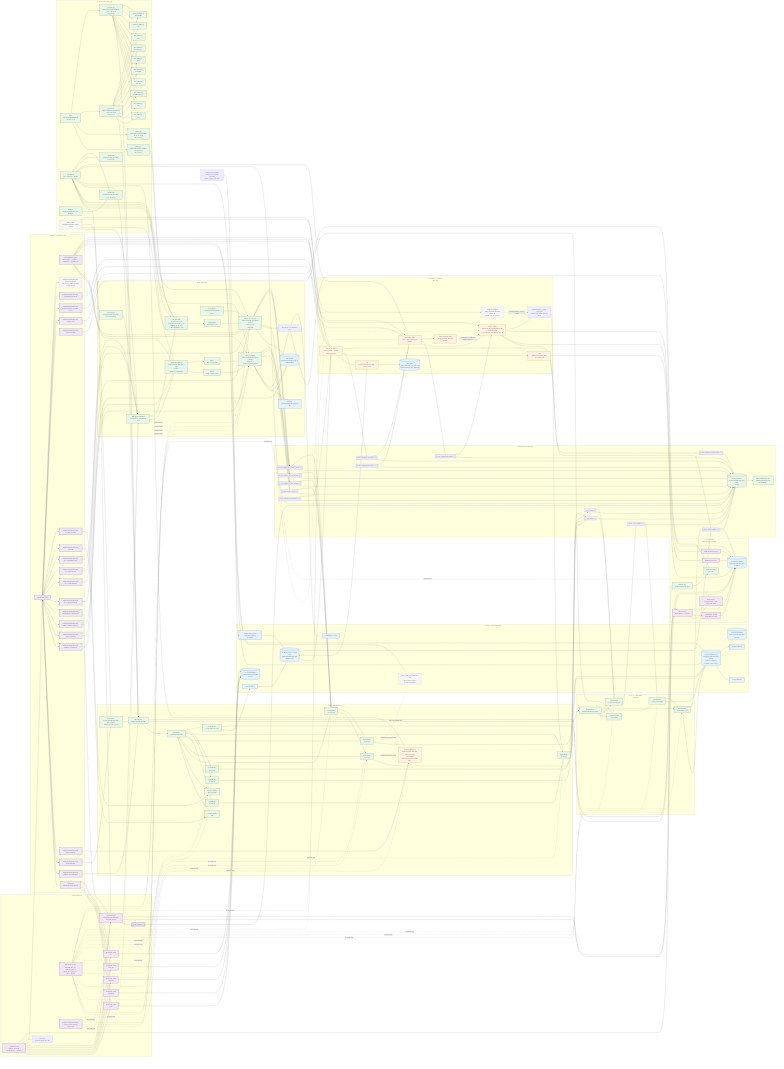
The Mermaid diagram docs/design/platform/dev_full/graph/dev_full_platform_network_current_v0.mermaid.png in EsosaOrumwese/fraud-detection-system, before a commit. Its source is kept beside it as docs/design/platform/dev_full/graph/dev_full_platform_network_current_v0.mermaid.mmd.
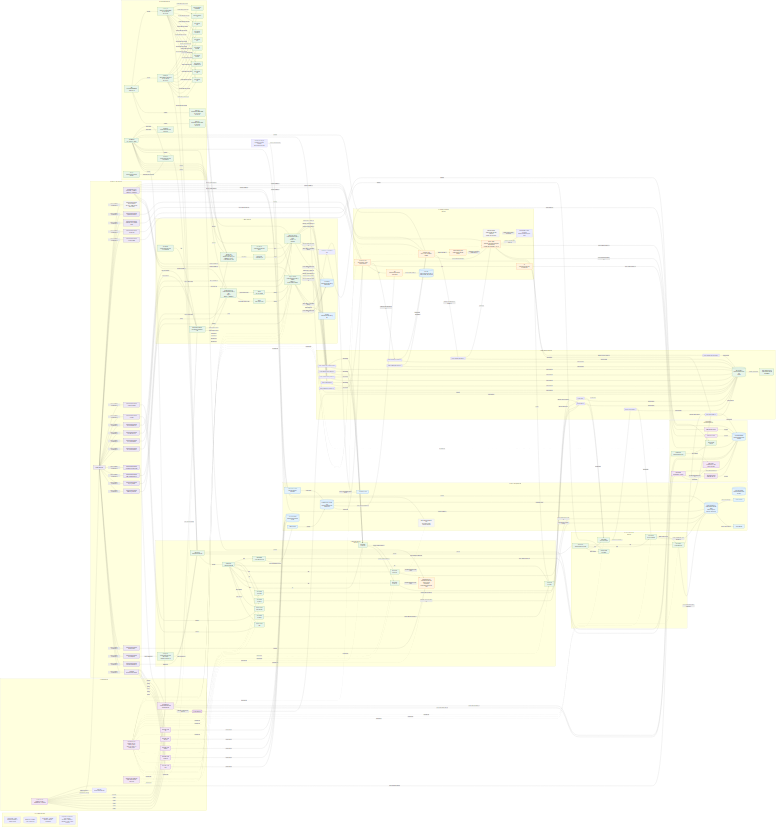
After the change.

What changed in the source:
```diff
@@ -6,6 +6,13 @@
 flowchart LR
 
   EXT["External Data Engine<br>black-box upstream producer<br>feeds oracle-store only"]
+
+  subgraph LEGEND["How to Read This Graph"]
+    LG1["Square node = active platform component / control surface"]
+    LG2[("Round store = durable state / truth store")]
+    LG3["Dashed edge = retained, pinned, or indirect relationship"]
+    LG4["Edge labels describe the exact contract:<br>dispatches / publishes / consumes / writes / reads / resolves"]
+  end
 
   subgraph CONTROL["1. Control Network"]
     GHA["GitHub Actions<br>workflow dispatch / bounded runs / teardown"]
@@ -160,25 +167,24 @@
     DASHOPS["Dashboard<br>fraud-platform-dev-full-operations"]
     DASHCOST["Dashboard<br>fraud-platform-dev-full-cost-guardrail"]
     BUDGET["Budget<br>fraud-platform-dev-full-monthly"]
-    IDLE["Idle posture<br>workload compute scaled to zero"]
   end
 
-  EXT --> ORACLE
+  EXT -->|writes upstream artifacts| ORACLE
 
-  GHA --> TFCORE
-  GHA --> TFSTREAM
-  GHA --> TFRUNTIME
-  GHA --> TFDML
-  GHA --> TFOPS
-  GHA --> SFN
-  GHA --> OIDC
-  GHA --> ECR
-  GHA --> RUNCTL
-  TFCORE --> TFSTATE
-  TFSTREAM --> TFSTATE
-  TFRUNTIME --> TFSTATE
-  TFDML --> TFSTATE
-  TFOPS --> TFSTATE
+  GHA -->|applies| TFCORE
+  GHA -->|applies| TFSTREAM
+  GHA -->|applies| TFRUNTIME
+  GHA -->|applies| TFDML
+  GHA -->|applies| TFOPS
+  GHA -->|dispatches| SFN
+  GHA -->|authenticates through| OIDC
+  GHA -->|publishes images to| ECR
+  GHA -->|writes execution receipts| RUNCTL
+  TFCORE -->|stores state in| TFSTATE
+  TFSTREAM -->|stores state in| TFSTATE
+  TFRUNTIME -->|stores state in| TFSTATE
+  TFDML -->|stores state in| TFSTATE
+  TFOPS -->|stores state in| TFSTATE
   RUNID -. required pins .-> SFN
   RUNID -. required pins .-> WSP
   RUNID -. required pins .-> IGLAMBDA
@@ -201,233 +207,228 @@
   RUNTIMEPATH -. selection rule .-> IGLAMBDA
   RUNTIMEPATH -. selection rule .-> IGSVC
   RUNTIMEPATH -. selection rule .-> MSF
-  SFN --> CTRLBUS
-  SFN --> RUNCTL
-  SFN --> EVID
-  CTRLBUS --> MSK
-  SFN --> WSP
+  SFN -->|publishes orchestration signals to| CTRLBUS
+  SFN -->|writes run-control facts to| RUNCTL
+  SFN -->|stores control receipts in| EVID
+  CTRLBUS -->|transported by| MSK
+  SFN -->|starts replay producer| WSP
 
-  WSPCLUSTER --> WSP
-  WSP --> HTTPAPI
-  WSP --> ALB
-  HTTPAPI --> APIR1
-  HTTPAPI --> APIR2
-  APIR1 --> IGLAMBDA
-  APIR2 --> IGLAMBDA
-  ALB --> TG
-  IGSVC_CLUSTER --> IGSVC
-  TG --> IGSVC
-  IGLAMBDA --> IGDDB
-  IGLAMBDA --> IGDLQ
-  IGLAMBDA --> IGRECEIPTS
-  IGLAMBDA --> TTRAFFIC
-  IGLAMBDA --> TCTXE
-  IGLAMBDA --> TCTXT
-  IGLAMBDA --> TFLOW
-  IGSVC --> IGDDB
-  IGSVC --> IGRECEIPTS
-  IGSVC --> TTRAFFIC
-  IGSVC --> TCTXE
-  IGSVC --> TCTXT
-  IGSVC --> TFLOW
-  IGRECEIPTS --> EVID
-  IGRECEIPTS --> QUARPATH
+  WSPCLUSTER -->|runs| WSP
+  WSP -->|pushes ingress load to| HTTPAPI
+  WSP -->|pushes ingress load to| ALB
+  HTTPAPI -->|routes POST ingest traffic| APIR1
+  HTTPAPI -->|routes health checks| APIR2
+  APIR1 -->|invokes| IGLAMBDA
+  APIR2 -->|invokes| IGLAMBDA
+  ALB -->|forwards to| TG
+  IGSVC_CLUSTER -->|hosts| IGSVC
+  TG -->|targets| IGSVC
+  IGLAMBDA -->|writes idempotency state to| IGDDB
+  IGLAMBDA -->|sends failures to| IGDLQ
+  IGLAMBDA -->|emits admit / quarantine receipts| IGRECEIPTS
+  IGLAMBDA -->|publishes admitted traffic to| TTRAFFIC
+  IGLAMBDA -->|publishes arrival events to| TCTXE
+  IGLAMBDA -->|publishes arrival entities to| TCTXT
+  IGLAMBDA -->|publishes flow anchors to| TFLOW
+  IGSVC -->|writes idempotency state to| IGDDB
+  IGSVC -->|emits admit / quarantine receipts| IGRECEIPTS
+  IGSVC -->|publishes admitted traffic to| TTRAFFIC
+  IGSVC -->|publishes arrival events to| TCTXE
+  IGSVC -->|publishes arrival entities to| TCTXT
+  IGSVC -->|publishes flow anchors to| TFLOW
+  IGRECEIPTS -->|stores receipts in| EVID
+  IGRECEIPTS -->|stores quarantined payload refs in| QUARPATH
 
-  MSK --> GLUEREG
-  TTRAFFIC --> MSK
-  TCTXE --> MSK
-  TCTXT --> MSK
-  TFLOW --> MSK
-  TRTDL --> MSK
-  TAUDIT --> MSK
-  TCASE --> MSK
-  TLABELS --> MSK
-  TOFSREQ --> MSK
-  TOFSEVT --> MSK
-  TMFREQ --> MSK
-  TMFEVT --> MSK
-  TREG --> MSK
+  MSK -->|schemas governed by| GLUEREG
+  TTRAFFIC -->|transported by| MSK
+  TCTXE -->|transported by| MSK
+  TCTXT -->|transported by| MSK
+  TFLOW -->|transported by| MSK
+  TRTDL -->|transported by| MSK
+  TAUDIT -->|transported by| MSK
+  TCASE -->|transported by| MSK
+  TLABELS -->|transported by| MSK
+  TOFSREQ -->|transported by| MSK
+  TOFSEVT -->|transported by| MSK
+  TMFREQ -->|transported by| MSK
+  TMFEVT -->|transported by| MSK
+  TREG -->|transported by| MSK
 
-  VPC --> PUB1
-  VPC --> PUB2
-  VPC --> PRIV1
-  VPC --> PRIV2
-  PRIV1 --> EKS
-  PRIV2 --> EKS
-  NG --> EKS
-  EKS --> NSRTDL
-  NSRTDL --> SARTDL
-  NSRTDL --> SADEC
-  NSRTDL --> CSFB
-  NSRTDL --> IEG
-  NSRTDL --> OFP
-  NSRTDL --> DL
-  NSRTDL --> DF
-  NSRTDL --> AL
-  NSRTDL --> DLA
-  NSRTDL --> ARCHIVE
-  TTRAFFIC --> CSFB
-  TCTXE --> CSFB
-  TCTXT --> CSFB
-  TFLOW --> CSFB
-  CSFB --> IEG
-  CSFB --> OFP
-  IEG --> AURORA
-  OFP --> AURORA
-  OFP -. endpoint handle only .-> REDISH
-  DL --> DF
-  DF --> TRTDL
-  DF --> TAUDIT
-  AL --> TAUDIT
-  DLA --> TAUDIT
-  ARCHIVE --> ARCHIVEPATH
-  ARCHIVEPATH --> OBJ
-  ARCHIVE --> EVID
-  IEG -. retained managed parity .-> MSF
-  OFP -. retained managed parity .-> MSF
+  VPC -->|contains| PUB1
+  VPC -->|contains| PUB2
+  VPC -->|contains| PRIV1
+  VPC -->|contains| PRIV2
+  PRIV1 -->|hosts worker plane| EKS
+  PRIV2 -->|hosts worker plane| EKS
+  NG -->|scales compute for| EKS
+  EKS -->|contains| NSRTDL
+  NSRTDL -->|binds identity| SARTDL
+  NSRTDL -->|binds identity| SADEC
+  NSRTDL -->|runs| CSFB
+  NSRTDL -->|runs| IEG
+  NSRTDL -->|runs| OFP
+  NSRTDL -->|runs| DL
+  NSRTDL -->|runs| DF
+  NSRTDL -->|runs| AL
+  NSRTDL -->|runs| DLA
+  NSRTDL -->|runs| ARCHIVE
+  TTRAFFIC -->|consumed by| CSFB
+  TCTXE -->|consumed by| CSFB
+  TCTXT -->|consumed by| CSFB
+  TFLOW -->|consumed by| CSFB
+  CSFB -->|projects joined context to| IEG
+  CSFB -->|projects joined context to| OFP
+  IEG -->|writes feature / entity state to| AURORA
+  OFP -->|writes online feature state to| AURORA
+  OFP -. reads endpoint handle from .-> REDISH
+  DL -->|hands adjudication input to| DF
+  DF -->|publishes decisions to| TRTDL
+  DF -->|publishes decision audit to| TAUDIT
+  AL -->|publishes action outcomes to| TAUDIT
+  DLA -->|publishes lineage audit to| TAUDIT
+  ARCHIVE -->|writes immutable history to| ARCHIVEPATH
+  ARCHIVEPATH -->|stored in| OBJ
+  ARCHIVE -->|stores archive receipts in| EVID
+  IEG -. retained managed stream parity .-> MSF
+  OFP -. retained managed stream parity .-> MSF
 
-  EKS --> NSCL
-  NSCL --> SACL
-  NSCL --> CASETRIG
-  NSCL --> CM
-  NSCL --> LS
-  TRTDL --> CASETRIG
-  TAUDIT --> CASETRIG
-  CASETRIG --> TCASE
-  TCASE --> CM
-  CM --> AURORA
-  CM --> LS
-  LS --> AURORA
-  LS --> TLABELS
-  TLABELS --> EVID
-  TLABELS --> OBJ
+  EKS -->|contains| NSCL
+  NSCL -->|binds identity| SACL
+  NSCL -->|runs| CASETRIG
+  NSCL -->|runs| CM
+  NSCL -->|runs| LS
+  TRTDL -->|consumed by| CASETRIG
+  TAUDIT -->|consumed by| CASETRIG
+  CASETRIG -->|publishes case intents to| TCASE
+  TCASE -->|consumed by| CM
+  CM -->|writes append-only case timeline to| AURORA
+  CM -->|submits label work to| LS
+  LS -->|writes append-only label timeline to| AURORA
+  LS -->|publishes label events to| TLABELS
+  TLABELS -->|evidenced in| EVID
+  TLABELS -->|archived by ref in| OBJ
 
-  ORACLE --> OBJ
-  OBJ --> DBX
-  TLABELS --> DBX
-  TOFSREQ --> DBX
-  DBX --> DBXBUILD
-  DBX --> DBXQUAL
-  DBXBUILD --> GLUEDB
-  DBXBUILD --> OBJ
-  DBXQUAL --> EVID
-  DBX --> TOFSEVT
-  TOFSEVT --> SM
-  TMFREQ --> SM
-  SM --> MLFLOW
-  SM --> TMFEVT
-  SM --> SMPKG
+  ORACLE -->|stored inside| OBJ
+  OBJ -->|replayed by| DBX
+  TLABELS -->|consumed by| DBX
+  TOFSREQ -->|consumed by| DBX
+  DBX -->|runs| DBXBUILD
+  DBX -->|runs| DBXQUAL
+  DBXBUILD -->|writes dataset tables to| GLUEDB
+  DBXBUILD -->|writes dataset manifests to| OBJ
+  DBXQUAL -->|stores quality receipts in| EVID
+  DBX -->|publishes OFS completion to| TOFSEVT
+  TOFSEVT -->|consumed by| SM
+  TMFREQ -->|consumed by| SM
+  SM -->|writes train/eval lineage to| MLFLOW
+  SM -->|publishes model-factory events to| TMFEVT
+  SM -->|publishes bundles to| SMPKG
   SMPKG -. candidate / promoted bundle lineage .-> MLFLOW
-  SMENDPT -. pinned runtime serving handle .-> REGACTIVE
-  TMFEVT --> MLFLOW
-  MLFLOW --> TREG
-  MLFLOW --> PROMO
-  MLFLOW --> ROLLBACK
-  MLFLOW --> REGACTIVE
-  REGACTIVE --> DF
+  SMENDPT -. pinned serving handle resolved by .-> REGACTIVE
+  TMFEVT -->|captured by| MLFLOW
+  MLFLOW -->|publishes registry events to| TREG
+  MLFLOW -->|writes promotion receipts to| PROMO
+  MLFLOW -->|writes rollback receipts to| ROLLBACK
+  MLFLOW -->|resolves active bundle truth in| REGACTIVE
+  REGACTIVE -->|read by| DF
 
-  EKS --> NSOBS
-  NSOBS --> SAOBS
-  RUNCTL --> REPORTS
-  RUNCTL --> GOVAPPEND
-  RUNCTL --> EVID
-  PROMO --> EVID
-  ROLLBACK --> EVID
-  GOVAPPEND --> EVID
+  EKS -->|contains| NSOBS
+  NSOBS -->|binds identity| SAOBS
+  RUNCTL -->|materializes| REPORTS
+  RUNCTL -->|appends immutable facts to| GOVAPPEND
+  RUNCTL -->|stores control receipts in| EVID
+  PROMO -->|stored in| EVID
+  ROLLBACK -->|stored in| EVID
+  GOVAPPEND -->|stored in| EVID
 
-  OIDC --> ROLETF
-  OIDC --> ROLEBASE
-  OIDC --> ROLENODE
-  OIDC --> ROLEFLINK
-  OIDC --> ROLELAMBDA
-  OIDC --> ROLEAPIGW
-  OIDC --> ROLEDDB
-  OIDC --> ROLESFN
-  OIDC --> ROLEECSEXEC
-  OIDC --> ROLEECSRUNTIME
-  OIDC --> ROLEWSPEXEC
-  OIDC --> ROLEWSPRUN
-  OIDC --> ROLEIRSARTDL
-  OIDC --> ROLEIRSADEC
-  OIDC --> ROLEIRSACL
-  OIDC --> ROLEIRSAOBS
-  OIDC --> ROLEDBX
-  OIDC --> ROLESM
-  OIDC --> ROLEMWAA
+  OIDC -->|trusts workflow assumption of| ROLETF
+  OIDC -->|trusts workflow assumption of| ROLEBASE
+  OIDC -->|trusts workflow assumption of| ROLENODE
+  OIDC -->|trusts workflow assumption of| ROLEFLINK
+  OIDC -->|trusts workflow assumption of| ROLELAMBDA
+  OIDC -->|trusts workflow assumption of| ROLEAPIGW
+  OIDC -->|trusts workflow assumption of| ROLEDDB
+  OIDC -->|trusts workflow assumption of| ROLESFN
+  OIDC -->|trusts workflow assumption of| ROLEECSEXEC
+  OIDC -->|trusts workflow assumption of| ROLEECSRUNTIME
+  OIDC -->|trusts workflow assumption of| ROLEWSPEXEC
+  OIDC -->|trusts workflow assumption of| ROLEWSPRUN
+  OIDC -->|trusts workflow assumption of| ROLEIRSARTDL
+  OIDC -->|trusts workflow assumption of| ROLEIRSADEC
+  OIDC -->|trusts workflow assumption of| ROLEIRSACL
+  OIDC -->|trusts workflow assumption of| ROLEIRSAOBS
+  OIDC -->|trusts workflow assumption of| ROLEDBX
+  OIDC -->|trusts workflow assumption of| ROLESM
+  OIDC -->|trusts workflow assumption of| ROLEMWAA
 
-  SSM --> HTTPAPI
-  SSM --> IGLAMBDA
-  SSM --> IGSVC
-  SSM --> AURORA
-  SSM --> REDISH
-  SSM --> DBX
-  SSM --> MLFLOW
-  SSM --> SM
-  ROLETF --> TFCORE
-  ROLETF --> TFSTREAM
-  ROLETF --> TFRUNTIME
-  ROLETF --> TFDML
-  ROLETF --> TFOPS
-  ROLESFN --> SFN
-  ROLELAMBDA --> IGLAMBDA
-  ROLEAPIGW --> HTTPAPI
-  ROLEDDB --> IGDDB
-  ROLEECSEXEC --> IGSVC
-  ROLEECSRUNTIME --> IGSVC
-  ROLEWSPEXEC --> WSP
-  ROLEWSPRUN --> WSP
-  ROLEFLINK --> MSF
-  ROLENODE --> NG
-  ROLEBASE --> EKS
-  ROLEIRSARTDL --> SARTDL
-  ROLEIRSADEC --> SADEC
-  ROLEIRSACL --> SACL
-  ROLEIRSAOBS --> SAOBS
-  ROLEDBX --> DBX
-  ROLESM --> SM
+  SSM -->|provides handles to| HTTPAPI
+  SSM -->|provides handles to| IGLAMBDA
+  SSM -->|provides handles to| IGSVC
+  SSM -->|provides handles to| AURORA
+  SSM -->|provides handles to| REDISH
+  SSM -->|provides handles to| DBX
+  SSM -->|provides handles to| MLFLOW
+  SSM -->|provides handles to| SM
+  ROLETF -->|applies| TFCORE
+  ROLETF -->|applies| TFSTREAM
+  ROLETF -->|applies| TFRUNTIME
+  ROLETF -->|applies| TFDML
+  ROLETF -->|applies| TFOPS
+  ROLESFN -->|executes| SFN
+  ROLELAMBDA -->|executes| IGLAMBDA
+  ROLEAPIGW -->|invokes| HTTPAPI
+  ROLEDDB -->|writes| IGDDB
+  ROLEECSEXEC -->|starts tasks for| IGSVC
+  ROLEECSRUNTIME -->|runs task code for| IGSVC
+  ROLEWSPEXEC -->|starts tasks for| WSP
+  ROLEWSPRUN -->|runs task code for| WSP
+  ROLEFLINK -->|executes| MSF
+  ROLENODE -->|backs compute for| NG
+  ROLEBASE -->|administers| EKS
+  ROLEIRSARTDL -->|bound to| SARTDL
+  ROLEIRSADEC -->|bound to| SADEC
+  ROLEIRSACL -->|bound to| SACL
+  ROLEIRSAOBS -->|bound to| SAOBS
+  ROLEDBX -->|cross-account access for| DBX
+  ROLESM -->|executes| SM
 
-  PRIV1 --> VPCESTS
-  PRIV1 --> VPCESSM
-  PRIV1 --> VPCELOGS
-  PRIV1 --> VPCEECRAPI
-  PRIV1 --> VPCEECRDKR
-  PRIV1 --> VPCEEC2
-  PRIV1 --> VPCEEXECAPI
-  PRIV1 --> VPCESQS
-  PRIV1 --> VPCES3
-  PRIV1 --> VPCEDDB
-  PRIV2 --> VPCESTS
-  PRIV2 --> VPCESSM
-  PRIV2 --> VPCELOGS
-  PRIV2 --> VPCEECRAPI
-  PRIV2 --> VPCEECRDKR
-  PRIV2 --> VPCEEC2
-  PRIV2 --> VPCEEXECAPI
-  PRIV2 --> VPCESQS
-  PRIV2 --> VPCES3
-  PRIV2 --> VPCEDDB
-  PUB1 --> ALB
-  PUB2 --> ALB
-  AURORA --> AURW
-  AURORA --> AURR
-  CW --> SFN
-  CW --> HTTPAPI
-  CW --> IGLAMBDA
-  CW --> ALB
-  CW --> IGSVC
-  CW --> EKS
-  CW --> MSF
-  CW --> AURORA
-  CW --> MSK
-  CW --> SM
-  CW --> DASHOPS
-  CW --> DASHCOST
-  BUDGET --> DASHCOST
-  IDLE --> WSP
-  IDLE --> IGSVC
-  IDLE --> NG
-  IDLE --> SMENDPT
-  IDLE --> DBX
+  PRIV1 -->|reaches AWS APIs through| VPCESTS
+  PRIV1 -->|reaches AWS APIs through| VPCESSM
+  PRIV1 -->|reaches AWS APIs through| VPCELOGS
+  PRIV1 -->|reaches AWS APIs through| VPCEECRAPI
+  PRIV1 -->|reaches AWS APIs through| VPCEECRDKR
+  PRIV1 -->|reaches AWS APIs through| VPCEEC2
+  PRIV1 -->|reaches AWS APIs through| VPCEEXECAPI
+  PRIV1 -->|reaches AWS APIs through| VPCESQS
+  PRIV1 -->|reaches AWS APIs through| VPCES3
+  PRIV1 -->|reaches AWS APIs through| VPCEDDB
+  PRIV2 -->|reaches AWS APIs through| VPCESTS
+  PRIV2 -->|reaches AWS APIs through| VPCESSM
+  PRIV2 -->|reaches AWS APIs through| VPCELOGS
+  PRIV2 -->|reaches AWS APIs through| VPCEECRAPI
+  PRIV2 -->|reaches AWS APIs through| VPCEECRDKR
+  PRIV2 -->|reaches AWS APIs through| VPCEEC2
+  PRIV2 -->|reaches AWS APIs through| VPCEEXECAPI
+  PRIV2 -->|reaches AWS APIs through| VPCESQS
+  PRIV2 -->|reaches AWS APIs through| VPCES3
+  PRIV2 -->|reaches AWS APIs through| VPCEDDB
+  PUB1 -->|exposes public edge for| ALB
+  PUB2 -->|exposes public edge for| ALB
+  AURORA -->|serves writes through| AURW
+  AURORA -->|serves reads through| AURR
+  CW -->|observes| SFN
+  CW -->|observes| HTTPAPI
+  CW -->|observes| IGLAMBDA
+  CW -->|observes| ALB
+  CW -->|observes| IGSVC
+  CW -->|observes| EKS
+  CW -->|observes| MSF
+  CW -->|observes| AURORA
+  CW -->|observes| MSK
+  CW -->|observes| SM
+  CW -->|materializes| DASHOPS
+  CW -->|materializes| DASHCOST
+  BUDGET -->|feeds budget posture into| DASHCOST
 
   classDef live fill:#e8f5e9,stroke:#2e7d32,color:#111,stroke-width:1.4px;
   classDef store fill:#e3f2fd,stroke:#1565c0,color:#111,stroke-width:1.4px;
@@ -440,5 +441,5 @@
   class WSPCLUSTER,WSP,HTTPAPI,APIR1,APIR2,IGLAMBDA,IGSVC_CLUSTER,ALB,TG,IGSVC,MSK,GLUEREG,EKS,NG,NSRTDL,SARTDL,SADEC,CSFB,IEG,OFP,DL,DF,AL,DLA,ARCHIVE,NSCL,SACL,CASETRIG,CM,LS,NSOBS,SAOBS,CW,DASHOPS,DASHCOST,BUDGET,VPCESTS,VPCESSM,VPCELOGS,VPCEECRAPI,VPCEECRDKR,VPCEEC2,VPCEEXECAPI,VPCESQS,VPCES3,VPCEDDB,VPC,PUB1,PUB2,PRIV1,PRIV2 live;
   class IGDDB,IGDLQ,EVID,OBJ,ART,TFSTATE,AURORA,AURW,AURR,ORACLE,ARCHIVEPATH,QUARPATH,GLUEDB store;
   class DBX,DBXBUILD,DBXQUAL,SM,SMPKG,MLFLOW,MSF managed;
-  class SMENDPT,ROLEMWAA,REDISH,IDLE retained;
+  class SMENDPT,ROLEMWAA,REDISH retained;
   class OIDC,SSM,ROLETF,ROLEBASE,ROLENODE,ROLEFLINK,ROLELAMBDA,ROLEAPIGW,ROLEDDB,ROLESFN,ROLEECSEXEC,ROLEECSRUNTIME,ROLEWSPEXEC,ROLEWSPRUN,ROLEIRSARTDL,ROLEIRSADEC,ROLEIRSACL,ROLEIRSAOBS,ROLEDBX,ROLESM infra;
```
